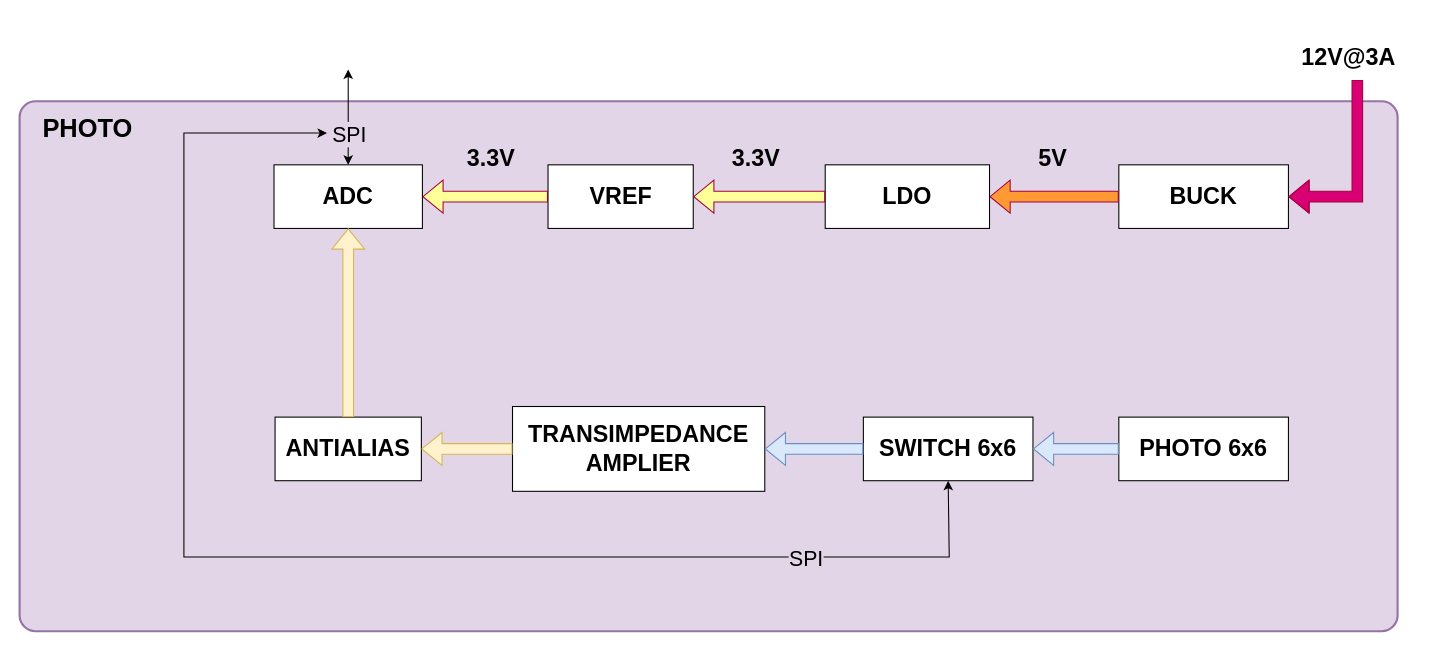
Above: BlockDiagram/lv_block_photo.drawio in SangHuynh78/lv_report (draw.io), before the change. Source tidied: cells renumbered, new cells numbered last; positions are measured from the earlier drawing's top-left corner, leaving out a move shared by most shapes. Both pictures are drawn from the tidied source at 106%, with x=0, y=0 at pixel (19, 25).
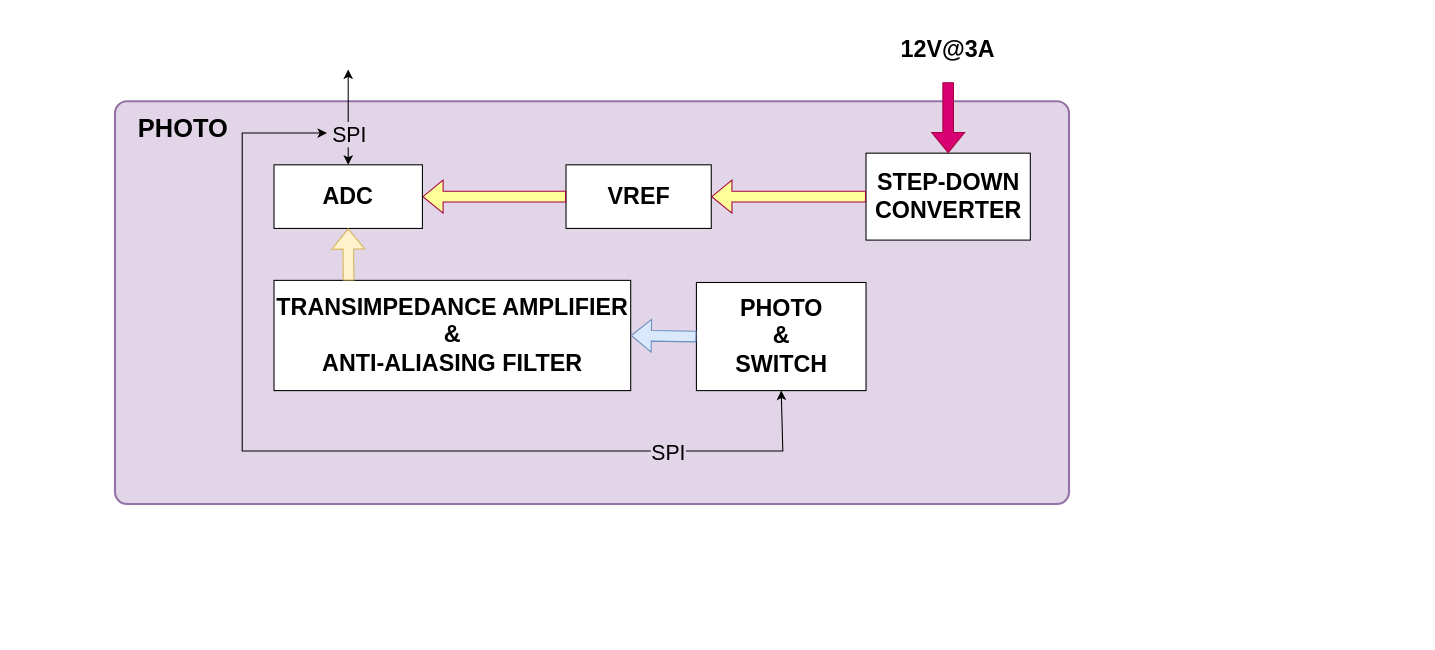
The same page after the edit.

Unchanged cells that the change refers to:
```xml
<mxCell id="21" value="ADC" style="rounded=0;whiteSpace=wrap;html=1;fontSize=22;fontStyle=1;" parent="1" vertex="1">
  <mxGeometry x="240" y="131" width="140" height="60" as="geometry" />
</mxCell>
```

The edit, as a diff of the source:
```diff
@@
     <mxCell id="2" value="&lt;span style=&quot;font-size: 24px; line-height: 160%;&quot;&gt;&amp;nbsp; &amp;nbsp;PHOTO&lt;/span&gt;" style="rounded=1;whiteSpace=wrap;html=1;fontStyle=1;fontSize=22;strokeWidth=2;fillColor=#e1d5e7;strokeColor=#9673a6;arcSize=3;align=left;verticalAlign=top;textShadow=0;" parent="1" vertex="1">
-      <mxGeometry y="71" width="1300" height="500" as="geometry" />
+      <mxGeometry x="90" y="71" width="900" height="380" as="geometry" />
     </mxCell>
     <mxCell id="3" value="VREF" style="rounded=0;whiteSpace=wrap;html=1;fontSize=22;fontStyle=1;" parent="1" vertex="1">
-      <mxGeometry x="498.5" y="131" width="137" height="60" as="geometry" />
+      <mxGeometry x="515.5" y="131" width="137" height="60" as="geometry" />
     </mxCell>
-    <mxCell id="4" value="PHOTO 6x6" style="rounded=0;whiteSpace=wrap;html=1;fontSize=22;fontStyle=1;" parent="1" vertex="1">
-      <mxGeometry x="1037" y="369" width="160" height="60" as="geometry" />
-    </mxCell>
     <mxCell id="5" value="12V@3A" style="rounded=1;whiteSpace=wrap;html=1;fontSize=22;fontStyle=1;fillColor=default;strokeColor=none;" parent="1" vertex="1">
-      <mxGeometry x="1189" width="130" height="60" as="geometry" />
+      <mxGeometry x="811" y="-7" width="130" height="60" as="geometry" />
     </mxCell>
-    <mxCell id="6" value="TRANSIMPEDANCE&lt;br&gt;AMPLIER" style="rounded=0;whiteSpace=wrap;html=1;fontSize=22;fontStyle=1;" parent="1" vertex="1">
-      <mxGeometry x="465" y="359" width="238" height="80" as="geometry" />
+    <mxCell id="6" value="TRANSIMPEDANCE AMPLIFIER&lt;br&gt;&amp;amp;&lt;br&gt;ANTI-ALIASING FILTER" style="rounded=0;whiteSpace=wrap;html=1;fontSize=22;fontStyle=1;" parent="1" vertex="1">
+      <mxGeometry x="240" y="240" width="336.5" height="104" as="geometry" />
     </mxCell>
-    <mxCell id="7" value="SWITCH 6x6" style="rounded=0;whiteSpace=wrap;html=1;fontSize=22;fontStyle=1;" parent="1" vertex="1">
-      <mxGeometry x="796" y="369" width="160" height="60" as="geometry" />
+    <mxCell id="7" value="PHOTO&lt;br&gt;&amp;amp;&lt;br&gt;SWITCH" style="rounded=0;whiteSpace=wrap;html=1;fontSize=22;fontStyle=1;" parent="1" vertex="1">
+      <mxGeometry x="638.5" y="242" width="160" height="102" as="geometry" />
     </mxCell>
-    <mxCell id="8" value="BUCK" style="rounded=0;whiteSpace=wrap;html=1;fontSize=22;fontStyle=1;" parent="1" vertex="1">
-      <mxGeometry x="1037" y="131" width="160" height="60" as="geometry" />
-    </mxCell>
-    <mxCell id="9" value="LDO" style="rounded=0;whiteSpace=wrap;html=1;fontSize=22;fontStyle=1;" parent="1" vertex="1">
-      <mxGeometry x="760" y="131" width="155" height="60" as="geometry" />
+    <mxCell id="9" value="STEP-DOWN&lt;div&gt;CONVERTER&lt;/div&gt;" style="rounded=0;whiteSpace=wrap;html=1;fontSize=22;fontStyle=1;" parent="1" vertex="1">
+      <mxGeometry x="798.5" y="120" width="155" height="82" as="geometry" />
     </mxCell>
-    <mxCell id="10" style="shape=flexArrow;endArrow=classic;html=1;rounded=0;fillColor=#FF9933;strokeColor=#A50040;exitX=0;exitY=0.5;exitDx=0;exitDy=0;" parent="1" edge="1" source="8" target="9">
-      <mxGeometry relative="1" as="geometry" />
-    </mxCell>
@@
-    <mxCell id="12" value="&lt;span&gt;5V&lt;/span&gt;" style="rounded=1;whiteSpace=wrap;html=1;fontSize=22;fontStyle=1;fillColor=light-dark(#e1d5e7, #1f2f1e);strokeColor=none;" parent="1" vertex="1">
-      <mxGeometry x="950" y="111" width="50" height="30" as="geometry" />
-    </mxCell>
-    <mxCell id="13" value="&lt;span&gt;3.3V&lt;/span&gt;" style="rounded=1;whiteSpace=wrap;html=1;fontSize=22;fontStyle=1;fillColor=light-dark(#e1d5e7, #1f2f1e);strokeColor=none;" parent="1" vertex="1">
-      <mxGeometry x="670" y="111" width="50" height="30" as="geometry" />
-    </mxCell>
-    <mxCell id="14" style="shape=flexArrow;endArrow=classic;html=1;rounded=0;fillColor=#d80073;strokeColor=#A50040;entryX=1;entryY=0.5;entryDx=0;entryDy=0;exitX=0.5;exitY=1;exitDx=0;exitDy=0;" parent="1" edge="1">
-      <mxGeometry relative="1" as="geometry">
-        <mxPoint x="1262" y="51" as="sourcePoint" />
-        <mxPoint x="1197" y="161" as="targetPoint" />
-        <Array as="points">
-          <mxPoint x="1262" y="161" />
-        </Array>
-      </mxGeometry>
+    <mxCell id="14" style="shape=flexArrow;endArrow=classic;html=1;rounded=0;fillColor=#d80073;strokeColor=#A50040;exitX=0.5;exitY=1;exitDx=0;exitDy=0;" parent="1" edge="1" source="5" target="9">
+      <mxGeometry relative="1" as="geometry" />
     </mxCell>
-    <mxCell id="15" style="shape=flexArrow;endArrow=classic;html=1;rounded=0;fillColor=#dae8fc;strokeColor=#6c8ebf;entryX=1;entryY=0.5;entryDx=0;entryDy=0;exitX=0;exitY=0.5;exitDx=0;exitDy=0;" parent="1" edge="1" source="4" target="7">
-      <mxGeometry relative="1" as="geometry" />
-    </mxCell>
@@
-    <mxCell id="20" value="ANTIALIAS" style="rounded=0;whiteSpace=wrap;html=1;fontSize=22;fontStyle=1;" parent="1" vertex="1">
-      <mxGeometry x="241" y="369" width="138" height="60" as="geometry" />
-    </mxCell>
@@
-    <mxCell id="22" value="&lt;span&gt;3.3V&lt;/span&gt;" style="rounded=1;whiteSpace=wrap;html=1;fontSize=22;fontStyle=1;fillColor=light-dark(#e1d5e7, #1f2f1e);strokeColor=none;" parent="1" vertex="1">
-      <mxGeometry x="420" y="111" width="50" height="30" as="geometry" />
-    </mxCell>
     <mxCell id="23" style="endArrow=classic;startArrow=classic;html=1;rounded=0;entryX=0.5;entryY=1;entryDx=0;entryDy=0;fontSize=20;align=right;startFill=1;" parent="1" edge="1" target="7">
       <mxGeometry relative="1" as="geometry">
         <mxPoint x="290" y="101" as="sourcePoint" />
         <Array as="points">
-          <mxPoint x="155" y="101" />
-          <mxPoint x="155" y="501" />
-          <mxPoint x="877" y="501" />
+          <mxPoint x="210" y="101" />
+          <mxPoint x="210" y="401" />
+          <mxPoint x="720" y="401" />
         </Array>
       </mxGeometry>
     </mxCell>
     <mxCell id="24" value="SPI" style="edgeLabel;html=1;align=center;verticalAlign=middle;fontFamily=Helvetica;fontSize=20;fontColor=default;fontStyle=0;labelBackgroundColor=light-dark(#e1d5e7, #ededed);textShadow=0;" parent="23" vertex="1">
       <mxGeometry x="0.09" y="1" relative="1" as="geometry">
-        <mxPoint x="397" y="1" as="offset" />
+        <mxPoint x="265" y="1" as="offset" />
       </mxGeometry>
     </mxCell>
-    <mxCell id="25" style="shape=flexArrow;endArrow=classic;html=1;rounded=0;fillColor=#fff2cc;strokeColor=#d6b656;entryX=1;entryY=0.5;entryDx=0;entryDy=0;exitX=0;exitY=0.5;exitDx=0;exitDy=0;" parent="1" edge="1" source="6" target="20">
-      <mxGeometry relative="1" as="geometry" />
-    </mxCell>
-    <mxCell id="26" style="shape=flexArrow;endArrow=classic;html=1;rounded=0;fillColor=#fff2cc;strokeColor=#d6b656;entryX=0.5;entryY=1;entryDx=0;entryDy=0;exitX=0.5;exitY=0;exitDx=0;exitDy=0;" parent="1" edge="1" source="20" target="21">
+    <mxCell id="26" style="shape=flexArrow;endArrow=classic;html=1;rounded=0;fillColor=#fff2cc;strokeColor=#d6b656;entryX=0.5;entryY=1;entryDx=0;entryDy=0;exitX=0.209;exitY=0.001;exitDx=0;exitDy=0;exitPerimeter=0;" parent="1" edge="1" source="6" target="21">
       <mxGeometry relative="1" as="geometry" />
     </mxCell>
```
